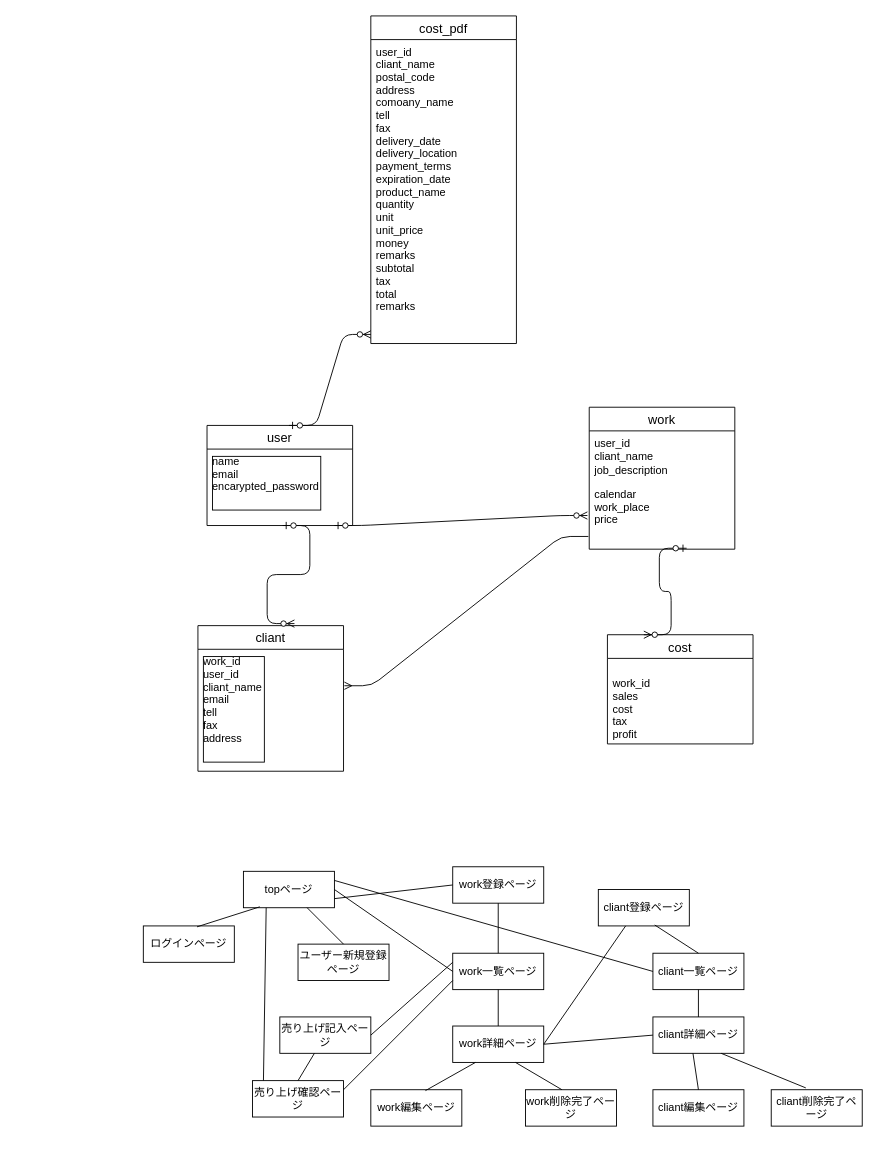
Before: rakuyan.dio in rikumia/rakuyan, a draw.io diagram. Source tidied: cells renumbered, new cells numbered last; positions are measured from the earlier drawing's top-left corner, leaving out a move shared by most shapes. Both pictures are drawn from the tidied source at 91%, with x=0, y=0 at pixel (143, 15).
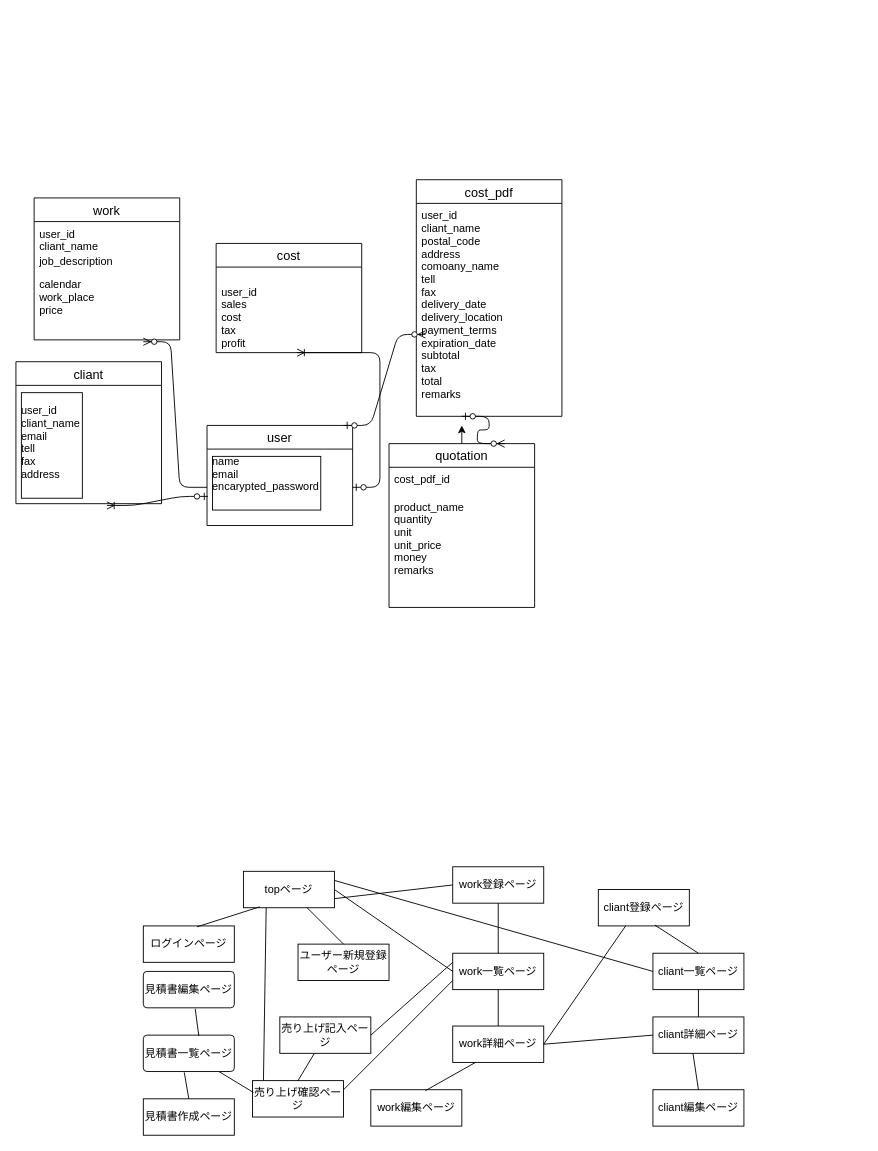
The same page after the edit.

Unchanged cells that the change refers to:
```xml
<mxCell id="5" value="name&#10;email&#10;encarypted_password&#10;&#10;" style="text;strokeColor=none;fillColor=none;spacingLeft=4;spacingRight=4;overflow=hidden;points=[[0,0.5],[1,0.5]];portConstraint=eastwest;fontSize=12;labelBorderColor=#000000;" parent="4" vertex="1">
  <mxGeometry y="26" width="160" height="84" as="geometry" />
</mxCell>
<mxCell id="9" value="calendar&#10;work_place&#10;price" style="text;strokeColor=none;fillColor=none;spacingLeft=4;spacingRight=4;overflow=hidden;points=[[0,0.5],[1,0.5]];portConstraint=eastwest;fontSize=12;" parent="6" vertex="1">
  <mxGeometry y="82" width="160" height="74" as="geometry" />
</mxCell>
<mxCell id="20" value="cliant詳細ページ" style="whiteSpace=wrap;html=1;align=center;" parent="1" vertex="1">
  <mxGeometry x="560" y="1100" width="100" height="40" as="geometry" />
</mxCell>
<mxCell id="21" value="work詳細ページ" style="whiteSpace=wrap;html=1;align=center;" parent="1" vertex="1">
  <mxGeometry x="340" y="1110" width="100" height="40" as="geometry" />
</mxCell>
<mxCell id="28" value="売り上げ確認ページ" style="whiteSpace=wrap;html=1;align=center;" parent="1" vertex="1">
  <mxGeometry x="120" y="1170" width="100" height="40" as="geometry" />
</mxCell>
```

Change to the diagram source:
```diff
@@
     <mxCell id="2" value="cliant" style="swimlane;fontStyle=0;horizontal=1;startSize=26;align=center;fontSize=14;" parent="1" vertex="1">
-      <mxGeometry x="60" y="670" width="160" height="160" as="geometry" />
+      <mxGeometry x="-140" y="380" width="160" height="156" as="geometry" />
     </mxCell>
-    <mxCell id="3" value="work_id&#10;user_id&#10;cliant_name&#10;email&#10;tell&#10;fax&#10;address&#10;&#10;" style="text;strokeColor=none;fillColor=none;spacingLeft=4;spacingRight=4;overflow=hidden;points=[[0,0.5],[1,0.5]];portConstraint=eastwest;fontSize=12;labelBorderColor=#000000;" parent="2" vertex="1">
-      <mxGeometry y="26" width="160" height="134" as="geometry" />
+    <mxCell id="3" value="&#10;user_id&#10;cliant_name&#10;email&#10;tell&#10;fax&#10;address&#10;&#10;" style="text;strokeColor=none;fillColor=none;spacingLeft=4;spacingRight=4;overflow=hidden;points=[[0,0.5],[1,0.5]];portConstraint=eastwest;fontSize=12;labelBorderColor=#000000;" parent="2" vertex="1">
+      <mxGeometry y="26" width="160" height="130" as="geometry" />
     </mxCell>
@@
     <mxCell id="6" value="work" style="swimlane;fontStyle=0;horizontal=1;startSize=26;align=center;fontSize=14;" parent="1" vertex="1">
-      <mxGeometry x="490" y="430" width="160" height="156" as="geometry" />
+      <mxGeometry x="-120" y="200" width="160" height="156" as="geometry" />
     </mxCell>
@@
     <mxCell id="10" value="cost" style="swimlane;fontStyle=0;horizontal=1;startSize=26;align=center;fontSize=14;" parent="1" vertex="1">
-      <mxGeometry x="510" y="680" width="160" height="120" as="geometry" />
+      <mxGeometry x="80" y="250" width="160" height="120" as="geometry" />
     </mxCell>
-    <mxCell id="11" value="&#10;work_id&#10;sales&#10;cost&#10;tax&#10;profit&#10;" style="text;strokeColor=none;fillColor=none;spacingLeft=4;spacingRight=4;overflow=hidden;points=[[0,0.5],[1,0.5]];portConstraint=eastwest;fontSize=12;" parent="10" vertex="1">
+    <mxCell id="11" value="&#10;user_id&#10;sales&#10;cost&#10;tax&#10;profit&#10;" style="text;strokeColor=none;fillColor=none;spacingLeft=4;spacingRight=4;overflow=hidden;points=[[0,0.5],[1,0.5]];portConstraint=eastwest;fontSize=12;" parent="10" vertex="1">
       <mxGeometry y="26" width="160" height="94" as="geometry" />
     </mxCell>
-    <mxCell id="12" style="edgeStyle=entityRelationEdgeStyle;fontSize=12;html=1;endArrow=ERzeroToMany;startArrow=ERzeroToOne;" parent="1" edge="1">
-      <mxGeometry relative="1" as="geometry">
-        <mxPoint x="210" y="560" as="sourcePoint" />
-        <mxPoint x="488" y="549" as="targetPoint" />
-      </mxGeometry>
-    </mxCell>
-    <mxCell id="13" style="edgeStyle=entityRelationEdgeStyle;fontSize=12;html=1;endArrow=ERzeroToMany;startArrow=ERzeroToOne;entryX=0.25;entryY=0;entryDx=0;entryDy=0;exitX=0.669;exitY=0.986;exitDx=0;exitDy=0;exitPerimeter=0;" parent="1" edge="1" source="9" target="10">
-      <mxGeometry relative="1" as="geometry" />
-    </mxCell>
@@
-    <mxCell id="25" value="cliant削除完了ページ" style="whiteSpace=wrap;html=1;align=center;" parent="1" vertex="1">
-      <mxGeometry x="690" y="1180" width="100" height="40" as="geometry" />
-    </mxCell>
-    <mxCell id="26" value="work削除完了ページ" style="whiteSpace=wrap;html=1;align=center;" parent="1" vertex="1">
-      <mxGeometry x="420" y="1180" width="100" height="40" as="geometry" />
-    </mxCell>
@@
-    <mxCell id="34" style="endArrow=none;html=1;rounded=0;exitX=0.69;exitY=1;exitDx=0;exitDy=0;exitPerimeter=0;entryX=0.4;entryY=0;entryDx=0;entryDy=0;entryPerimeter=0;" parent="1" edge="1" source="21" target="26">
-      <mxGeometry relative="1" as="geometry" />
-    </mxCell>
@@
-    <mxCell id="41" style="endArrow=none;html=1;rounded=0;exitX=0.75;exitY=1;exitDx=0;exitDy=0;entryX=0.38;entryY=-0.05;entryDx=0;entryDy=0;entryPerimeter=0;" parent="1" edge="1" source="20" target="25">
-      <mxGeometry relative="1" as="geometry" />
-    </mxCell>
@@
-    <mxCell id="48" style="edgeStyle=entityRelationEdgeStyle;fontSize=12;html=1;endArrow=ERzeroToMany;startArrow=ERzeroToOne;entryX=0.663;entryY=-0.014;entryDx=0;entryDy=0;entryPerimeter=0;" parent="1" edge="1" target="2">
-      <mxGeometry relative="1" as="geometry">
-        <mxPoint x="153" y="560" as="sourcePoint" />
-      </mxGeometry>
-    </mxCell>
-    <mxCell id="49" style="edgeStyle=entityRelationEdgeStyle;fontSize=12;html=1;endArrow=ERmany;entryX=1.006;entryY=0.299;entryDx=0;entryDy=0;entryPerimeter=0;exitX=-0.006;exitY=0.811;exitDx=0;exitDy=0;exitPerimeter=0;" parent="1" edge="1" source="9" target="3">
-      <mxGeometry relative="1" as="geometry" />
-    </mxCell>
     <mxCell id="50" value="cost_pdf" style="swimlane;fontStyle=0;horizontal=1;startSize=26;align=center;fontSize=14;" parent="1" vertex="1">
-      <mxGeometry x="250" width="160" height="360" as="geometry" />
+      <mxGeometry x="300" y="180" width="160" height="260" as="geometry" />
     </mxCell>
+    <mxCell id="52" style="edgeStyle=entityRelationEdgeStyle;fontSize=12;html=1;endArrow=ERzeroToMany;startArrow=ERzeroToOne;" parent="50" edge="1">
+      <mxGeometry relative="1" as="geometry">
+        <mxPoint x="-80" y="270" as="sourcePoint" />
+        <mxPoint x="10" y="170" as="targetPoint" />
+      </mxGeometry>
+    </mxCell>
-    <mxCell id="51" value="user_id&#10;cliant_name&#10;postal_code&#10;address&#10;comoany_name&#10;tell&#10;fax&#10;delivery_date&#10;delivery_location&#10;payment_terms&#10;expiration_date&#10;product_name&#10;quantity&#10;unit&#10;unit_price&#10;money&#10;remarks&#10;subtotal&#10;tax&#10;total&#10;remarks&#10;&#10;" style="text;strokeColor=none;fillColor=none;spacingLeft=4;spacingRight=4;overflow=hidden;fontSize=12;" parent="50" vertex="1">
-      <mxGeometry y="26" width="160" height="334" as="geometry" />
+    <mxCell id="51" value="user_id&#10;cliant_name&#10;postal_code&#10;address&#10;comoany_name&#10;tell&#10;fax&#10;delivery_date&#10;delivery_location&#10;payment_terms&#10;expiration_date&#10;subtotal&#10;tax&#10;total&#10;remarks&#10;&#10;" style="text;strokeColor=none;fillColor=none;spacingLeft=4;spacingRight=4;overflow=hidden;fontSize=12;" parent="50" vertex="1">
+      <mxGeometry y="26" width="160" height="234" as="geometry" />
     </mxCell>
-    <mxCell id="52" style="edgeStyle=entityRelationEdgeStyle;fontSize=12;html=1;endArrow=ERzeroToMany;startArrow=ERzeroToOne;" parent="1" edge="1">
-      <mxGeometry relative="1" as="geometry">
-        <mxPoint x="160" y="450" as="sourcePoint" />
-        <mxPoint x="250" y="350" as="targetPoint" />
-      </mxGeometry>
-    </mxCell>
+    <mxCell id="53" style="edgeStyle=entityRelationEdgeStyle;fontSize=12;html=1;endArrow=ERoneToMany;startArrow=ERzeroToOne;entryX=0.556;entryY=1;entryDx=0;entryDy=0;entryPerimeter=0;" parent="1" edge="1" source="5" target="11">
+      <mxGeometry relative="1" as="geometry" />
+    </mxCell>
+    <mxCell id="12" style="edgeStyle=entityRelationEdgeStyle;fontSize=12;html=1;endArrow=ERzeroToMany;startArrow=none;entryX=0.75;entryY=1.027;entryDx=0;entryDy=0;entryPerimeter=0;" parent="1" edge="1" source="5" target="9">
+      <mxGeometry relative="1" as="geometry" />
+    </mxCell>
+    <mxCell id="54" style="edgeStyle=entityRelationEdgeStyle;fontSize=12;html=1;endArrow=ERoneToMany;startArrow=ERzeroToOne;entryX=0.625;entryY=1.015;entryDx=0;entryDy=0;entryPerimeter=0;exitX=0.006;exitY=0.619;exitDx=0;exitDy=0;exitPerimeter=0;" parent="1" edge="1" source="5" target="3">
+      <mxGeometry relative="1" as="geometry" />
+    </mxCell>
+    <mxCell id="55" style="edgeStyle=none;html=1;" parent="1" edge="1" source="56">
+      <mxGeometry relative="1" as="geometry">
+        <mxPoint x="350" y="450" as="targetPoint" />
+      </mxGeometry>
+    </mxCell>
+    <mxCell id="56" value="quotation" style="swimlane;fontStyle=0;horizontal=1;startSize=26;align=center;fontSize=14;" parent="1" vertex="1">
+      <mxGeometry x="270" y="470" width="160" height="180" as="geometry" />
+    </mxCell>
+    <mxCell id="57" value="cost_pdf_id" style="text;strokeColor=none;fillColor=none;spacingLeft=4;spacingRight=4;overflow=hidden;fontSize=12;" parent="56" vertex="1">
+      <mxGeometry y="26" width="160" height="30" as="geometry" />
+    </mxCell>
+    <mxCell id="58" value="product_name&#10;quantity&#10;unit&#10;unit_price&#10;money&#10;remarks&#10;" style="text;strokeColor=none;fillColor=none;spacingLeft=4;spacingRight=4;overflow=hidden;fontSize=12;" parent="56" vertex="1">
+      <mxGeometry y="56" width="160" height="124" as="geometry" />
+    </mxCell>
+    <mxCell id="59" value="見積書作成ページ" style="whiteSpace=wrap;html=1;align=center;" parent="1" vertex="1">
+      <mxGeometry y="1190" width="100" height="40" as="geometry" />
+    </mxCell>
+    <mxCell id="60" style="endArrow=none;html=1;rounded=0;exitX=0.01;exitY=0.325;exitDx=0;exitDy=0;exitPerimeter=0;" parent="1" edge="1" source="28" target="61">
+      <mxGeometry relative="1" as="geometry" />
+    </mxCell>
+    <mxCell id="61" value="見積書一覧ページ" style="rounded=1;arcSize=10;whiteSpace=wrap;html=1;align=center;" parent="1" vertex="1">
+      <mxGeometry y="1120" width="100" height="40" as="geometry" />
+    </mxCell>
+    <mxCell id="62" value="見積書編集ページ&lt;br&gt;" style="rounded=1;arcSize=10;whiteSpace=wrap;html=1;align=center;" parent="1" vertex="1">
+      <mxGeometry y="1050" width="100" height="40" as="geometry" />
+    </mxCell>
+    <mxCell id="63" style="endArrow=none;html=1;rounded=0;entryX=0.5;entryY=0;entryDx=0;entryDy=0;entryPerimeter=0;exitX=0.45;exitY=1.025;exitDx=0;exitDy=0;exitPerimeter=0;" parent="1" edge="1" source="61" target="59">
+      <mxGeometry relative="1" as="geometry" />
+    </mxCell>
+    <mxCell id="64" style="endArrow=none;html=1;rounded=0;entryX=0.57;entryY=1.025;entryDx=0;entryDy=0;entryPerimeter=0;exitX=0.61;exitY=0.025;exitDx=0;exitDy=0;exitPerimeter=0;" parent="1" edge="1" source="61" target="62">
+      <mxGeometry relative="1" as="geometry" />
+    </mxCell>
+    <mxCell id="65" style="edgeStyle=entityRelationEdgeStyle;fontSize=12;html=1;endArrow=ERzeroToMany;startArrow=ERzeroToOne;entryX=0.794;entryY=0;entryDx=0;entryDy=0;entryPerimeter=0;" parent="1" edge="1" target="56">
+      <mxGeometry relative="1" as="geometry">
+        <mxPoint x="350" y="440" as="sourcePoint" />
+      </mxGeometry>
+    </mxCell>
```
